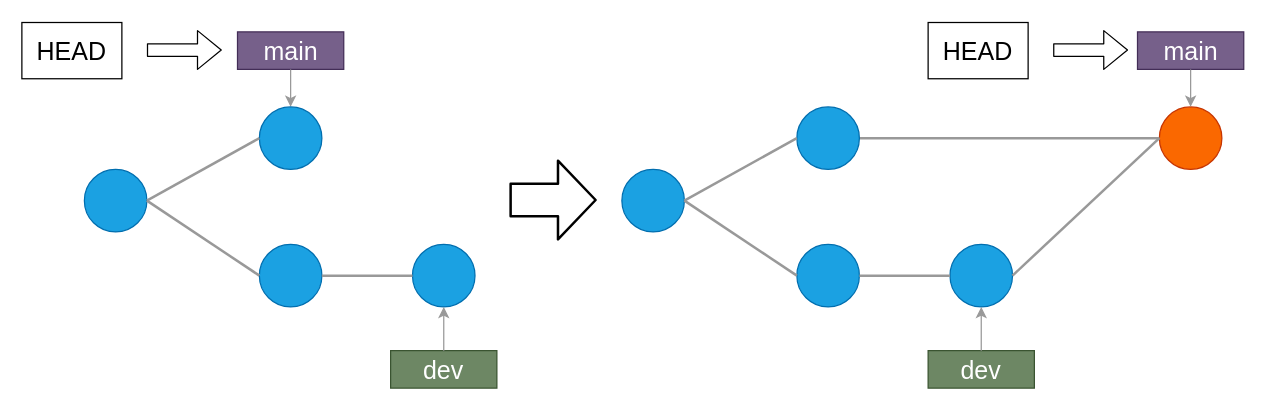
kazuyanagimoto/github-workshop2022 keeps this draw.io diagram as public/drawio/git_merge.drawio. Above is the earlier version. Source tidied: cells renumbered, new cells numbered last; positions are measured from the earlier drawing's top-left corner, leaving out a move shared by most shapes. Both pictures are drawn from the tidied source at 125%, with x=0, y=0 at pixel (21, 21).
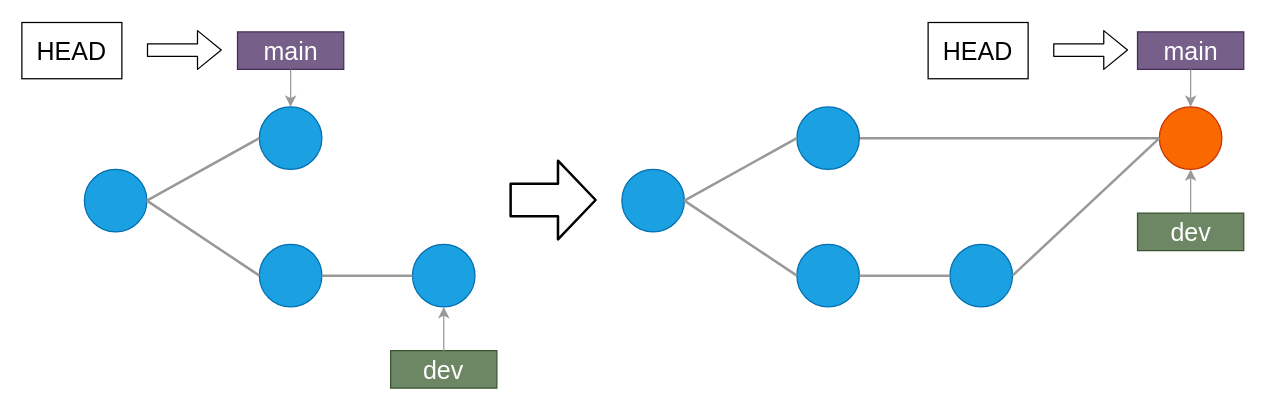
Above is the later version.

The change refers to these unchanged cells:
```xml
<mxCell id="17" style="ellipse;whiteSpace=wrap;html=1;fillColor=#1ba1e2;fontColor=#ffffff;strokeColor=#006EAF;" parent="1" vertex="1">
  <mxGeometry x="742.5" y="178" width="50" height="50" as="geometry" />
</mxCell>
```

Diff of the diagram source:
```diff
@@
     <mxCell id="22" value="dev" style="rounded=1;whiteSpace=wrap;html=1;fillColor=#6d8764;strokeColor=#3A5431;fontColor=#ffffff;fontSize=20;arcSize=0;" parent="1" vertex="1">
-      <mxGeometry x="725" y="263" width="85" height="30" as="geometry" />
+      <mxGeometry x="892.5" y="153" width="85" height="30" as="geometry" />
     </mxCell>
-    <mxCell id="23" style="endArrow=classic;html=1;fontSize=20;exitX=0.5;exitY=0;exitDx=0;exitDy=0;strokeColor=#999999;entryX=0.5;entryY=1;entryDx=0;entryDy=0;" parent="1" edge="1" source="22" target="17">
-      <mxGeometry relative="1" as="geometry" />
+    <mxCell id="23" style="endArrow=classic;html=1;fontSize=20;exitX=0.5;exitY=0;exitDx=0;exitDy=0;strokeColor=#999999;entryX=0.5;entryY=1;entryDx=0;entryDy=0;" parent="1" edge="1" source="22">
+      <mxGeometry relative="1" as="geometry">
+        <mxPoint x="935" y="118" as="targetPoint" />
+      </mxGeometry>
     </mxCell>
```
